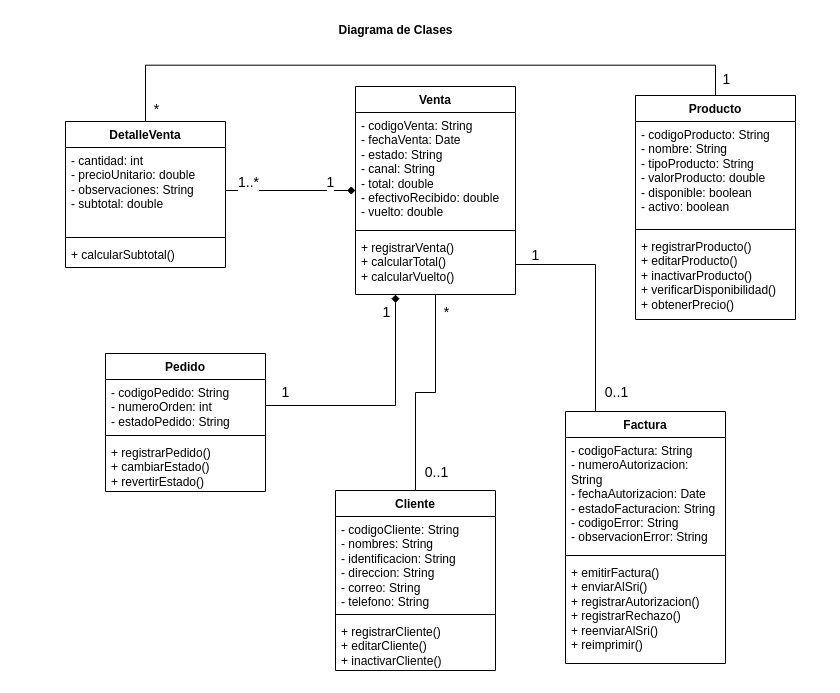
Before: Ae5-Modelos-UML/fuentes/diagrama-clases.drawio in tonysanginez/UCOM304-Sistema-Facturacion-Sushi, a draw.io diagram. Source tidied: cells renumbered, new cells numbered last; positions are measured from the earlier drawing's top-left corner, leaving out a move shared by most shapes. Both pictures are drawn from the tidied source at 100%, with x=0, y=0 at pixel (65, 17).
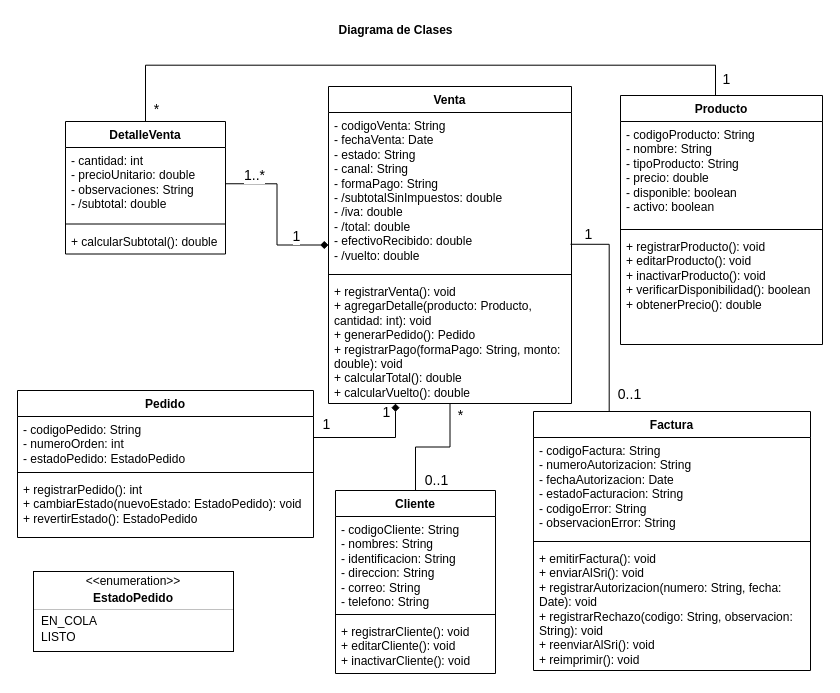
The same page after the edit.

Commit message (it also covers changes not shown here):
Ae5: diagramas de clases y secuencias Correcciones

Change to the diagram source:
```diff
@@
     <mxCell id="5" style="edgeStyle=orthogonalEdgeStyle;rounded=0;jettySize=auto;html=1;startArrow=diamond;startFill=1;endArrow=none;endFill=0;fontSize=19;fontStyle=1;" parent="1" edge="1" source="11" target="27">
       <mxGeometry relative="1" as="geometry">
         <Array as="points">
-          <mxPoint x="330" y="388" />
+          <mxPoint x="330" y="420" />
         </Array>
       </mxGeometry>
     </mxCell>
@@
     <mxCell id="11" value="Venta" style="swimlane;fontStyle=1;align=center;verticalAlign=top;horizontal=1;startSize=26;whiteSpace=wrap;html=1;" parent="1" vertex="1">
-      <mxGeometry x="290" y="69" width="160" height="208" as="geometry" />
+      <mxGeometry x="263" y="69" width="243" height="317" as="geometry" />
     </mxCell>
-    <mxCell id="12" value="- codigoVenta: String&lt;br/&gt;- fechaVenta: Date&lt;br/&gt;- estado: String&lt;br/&gt;- canal: String&lt;br/&gt;- total: double&lt;br/&gt;- efectivoRecibido: double&lt;br/&gt;- vuelto: double" style="text;strokeColor=none;fillColor=none;align=left;verticalAlign=top;spacingLeft=4;spacingRight=4;overflow=hidden;points=[[0,0.5],[1,0.5]];portConstraint=eastwest;whiteSpace=wrap;html=1;" parent="11" vertex="1">
-      <mxGeometry y="26" width="160" height="114" as="geometry" />
+    <mxCell id="12" value="- codigoVenta: String&lt;br&gt;- fechaVenta: Date&lt;br&gt;- estado: String&lt;br&gt;- canal: String&lt;br&gt;- formaPago: String&lt;br&gt;- /subtotalSinImpuestos: double&amp;nbsp;&lt;br&gt;- /iva: double&lt;br&gt;- /total: double&lt;br&gt;- efectivoRecibido: double&lt;br&gt;- /vuelto: double&amp;nbsp;" style="text;strokeColor=none;fillColor=none;align=left;verticalAlign=top;spacingLeft=4;spacingRight=4;overflow=hidden;points=[[0,0.5],[1,0.5]];portConstraint=eastwest;whiteSpace=wrap;html=1;" parent="11" vertex="1">
+      <mxGeometry y="26" width="243" height="158" as="geometry" />
     </mxCell>
     <mxCell id="13" style="line;strokeWidth=1;fillColor=none;align=left;verticalAlign=middle;spacingTop=-1;spacingLeft=3;spacingRight=3;labelPosition=right;strokeColor=inherit;" parent="11" vertex="1">
-      <mxGeometry y="140" width="160" height="8" as="geometry" />
+      <mxGeometry y="184" width="243" height="8" as="geometry" />
     </mxCell>
-    <mxCell id="14" value="+ registrarVenta()&amp;nbsp;&lt;div&gt;+ calcularTotal()&amp;nbsp;&lt;/div&gt;&lt;div&gt;+ calcularVuelto()&lt;/div&gt;" style="text;strokeColor=none;fillColor=none;align=left;verticalAlign=top;spacingLeft=4;spacingRight=4;overflow=hidden;points=[[0,0.5],[1,0.5]];portConstraint=eastwest;whiteSpace=wrap;html=1;" parent="11" vertex="1">
-      <mxGeometry y="148" width="160" height="60" as="geometry" />
+    <mxCell id="14" value="+ registrarVenta(): void&lt;br&gt;+ agregarDetalle(producto: Producto, cantidad: int): void&amp;nbsp;&lt;br&gt;+ generarPedido(): Pedido&amp;nbsp;&lt;br&gt;+ registrarPago(formaPago: String, monto: double): void&amp;nbsp;&lt;br&gt;+ calcularTotal(): double&lt;br&gt;+ calcularVuelto(): double" style="text;strokeColor=none;fillColor=none;align=left;verticalAlign=top;spacingLeft=4;spacingRight=4;overflow=hidden;points=[[0,0.5],[1,0.5]];portConstraint=eastwest;whiteSpace=wrap;html=1;" parent="11" vertex="1">
+      <mxGeometry y="192" width="243" height="125" as="geometry" />
     </mxCell>
@@
     <mxCell id="18" value="DetalleVenta" style="swimlane;fontStyle=1;align=center;verticalAlign=top;horizontal=1;startSize=26;whiteSpace=wrap;html=1;" parent="1" vertex="1">
-      <mxGeometry y="104" width="160" height="146" as="geometry" />
+      <mxGeometry y="104" width="160" height="132.5" as="geometry" />
     </mxCell>
-    <mxCell id="19" value="- cantidad: int&lt;br/&gt;- precioUnitario: double&lt;br/&gt;- observaciones: String&lt;br/&gt;- subtotal: double" style="text;strokeColor=none;fillColor=none;align=left;verticalAlign=top;spacingLeft=4;spacingRight=4;overflow=hidden;points=[[0,0.5],[1,0.5]];portConstraint=eastwest;whiteSpace=wrap;html=1;" parent="18" vertex="1">
-      <mxGeometry y="26" width="160" height="86" as="geometry" />
+    <mxCell id="19" value="- cantidad: int&lt;br&gt;- precioUnitario: double&lt;br&gt;- observaciones: String&lt;br&gt;- /subtotal: double" style="text;strokeColor=none;fillColor=none;align=left;verticalAlign=top;spacingLeft=4;spacingRight=4;overflow=hidden;points=[[0,0.5],[1,0.5]];portConstraint=eastwest;whiteSpace=wrap;html=1;" parent="18" vertex="1">
+      <mxGeometry y="26" width="160" height="72.5" as="geometry" />
     </mxCell>
     <mxCell id="20" style="line;strokeWidth=1;fillColor=none;align=left;verticalAlign=middle;spacingTop=-1;spacingLeft=3;spacingRight=3;labelPosition=right;strokeColor=inherit;" parent="18" vertex="1">
-      <mxGeometry y="112" width="160" height="8" as="geometry" />
+      <mxGeometry y="98.5" width="160" height="8" as="geometry" />
     </mxCell>
-    <mxCell id="21" value="+ calcularSubtotal()" style="text;strokeColor=none;fillColor=none;align=left;verticalAlign=top;spacingLeft=4;spacingRight=4;overflow=hidden;whiteSpace=wrap;html=1;" parent="18" vertex="1">
-      <mxGeometry y="120" width="160" height="26" as="geometry" />
+    <mxCell id="21" value="+ calcularSubtotal(): double" style="text;strokeColor=none;fillColor=none;align=left;verticalAlign=top;spacingLeft=4;spacingRight=4;overflow=hidden;whiteSpace=wrap;html=1;" parent="18" vertex="1">
+      <mxGeometry y="106.5" width="160" height="26" as="geometry" />
     </mxCell>
     <mxCell id="22" value="Producto" style="swimlane;fontStyle=1;align=center;verticalAlign=top;horizontal=1;startSize=26;whiteSpace=wrap;html=1;" parent="1" vertex="1">
-      <mxGeometry x="570" y="78" width="160" height="224" as="geometry" />
+      <mxGeometry x="555" y="78" width="202" height="249" as="geometry" />
     </mxCell>
-    <mxCell id="23" value="- codigoProducto: String&lt;br/&gt;- nombre: String&lt;br/&gt;- tipoProducto: String&lt;br/&gt;- valorProducto: double&lt;br/&gt;- disponible: boolean&lt;br/&gt;- activo: boolean" style="text;strokeColor=none;fillColor=none;align=left;verticalAlign=top;spacingLeft=4;spacingRight=4;overflow=hidden;whiteSpace=wrap;html=1;" parent="22" vertex="1">
-      <mxGeometry y="26" width="160" height="104" as="geometry" />
+    <mxCell id="23" value="- codigoProducto: String&lt;br&gt;- nombre: String&lt;br&gt;- tipoProducto: String&lt;br&gt;- precio: double&lt;br&gt;- disponible: boolean&lt;br&gt;- activo: boolean" style="text;strokeColor=none;fillColor=none;align=left;verticalAlign=top;spacingLeft=4;spacingRight=4;overflow=hidden;whiteSpace=wrap;html=1;" parent="22" vertex="1">
+      <mxGeometry y="26" width="202" height="104" as="geometry" />
     </mxCell>
     <mxCell id="24" style="line;strokeWidth=1;fillColor=none;align=left;verticalAlign=middle;spacingTop=-1;spacingLeft=3;spacingRight=3;labelPosition=right;strokeColor=inherit;" parent="22" vertex="1">
-      <mxGeometry y="130" width="160" height="8" as="geometry" />
+      <mxGeometry y="130" width="202" height="8" as="geometry" />
     </mxCell>
-    <mxCell id="25" value="+ registrarProducto()&amp;nbsp;&lt;div&gt;+ editarProducto()&amp;nbsp;&lt;/div&gt;&lt;div&gt;+ inactivarProducto()&lt;/div&gt;&lt;div&gt;+ verificarDisponibilidad()&lt;/div&gt;&lt;div&gt;+&amp;nbsp;obtenerPrecio()&lt;/div&gt;" style="text;strokeColor=none;fillColor=none;align=left;verticalAlign=top;spacingLeft=4;spacingRight=4;overflow=hidden;whiteSpace=wrap;html=1;" parent="22" vertex="1">
-      <mxGeometry y="138" width="160" height="86" as="geometry" />
+    <mxCell id="25" value="+ registrarProducto(): void&lt;br/&gt;+ editarProducto(): void&lt;br/&gt;+ inactivarProducto(): void&lt;br/&gt;+ verificarDisponibilidad(): boolean&lt;br/&gt;+ obtenerPrecio(): double" style="text;strokeColor=none;fillColor=none;align=left;verticalAlign=top;spacingLeft=4;spacingRight=4;overflow=hidden;whiteSpace=wrap;html=1;" parent="22" vertex="1">
+      <mxGeometry y="138" width="202" height="111" as="geometry" />
     </mxCell>
     <mxCell id="26" value="Pedido" style="swimlane;fontStyle=1;align=center;verticalAlign=top;horizontal=1;startSize=26;whiteSpace=wrap;html=1;" parent="1" vertex="1">
-      <mxGeometry x="40" y="336" width="160" height="138" as="geometry" />
+      <mxGeometry x="-48" y="373" width="296" height="147" as="geometry" />
     </mxCell>
-    <mxCell id="27" value="- codigoPedido: String&lt;br/&gt;- numeroOrden: int&lt;br/&gt;- estadoPedido: String&lt;div&gt;&lt;br&gt;&lt;/div&gt;" style="text;strokeColor=none;fillColor=none;align=left;verticalAlign=top;spacingLeft=4;spacingRight=4;overflow=hidden;points=[[0,0.5],[1,0.5]];portConstraint=eastwest;whiteSpace=wrap;html=1;" parent="26" vertex="1">
-      <mxGeometry y="26" width="160" height="52" as="geometry" />
+    <mxCell id="27" value="- codigoPedido: String&lt;br&gt;- numeroOrden: int&lt;br&gt;- estadoPedido: EstadoPedido&amp;nbsp;" style="text;strokeColor=none;fillColor=none;align=left;verticalAlign=top;spacingLeft=4;spacingRight=4;overflow=hidden;points=[[0,0.5],[1,0.5]];portConstraint=eastwest;whiteSpace=wrap;html=1;" parent="26" vertex="1">
+      <mxGeometry y="26" width="296" height="52" as="geometry" />
     </mxCell>
     <mxCell id="28" style="line;strokeWidth=1;fillColor=none;align=left;verticalAlign=middle;spacingTop=-1;spacingLeft=3;spacingRight=3;labelPosition=right;strokeColor=inherit;" parent="26" vertex="1">
-      <mxGeometry y="78" width="160" height="8" as="geometry" />
+      <mxGeometry y="78" width="296" height="8" as="geometry" />
     </mxCell>
-    <mxCell id="29" value="+ registrarPedido()&lt;br/&gt;+ cambiarEstado()&lt;br/&gt;+ revertirEstado()" style="text;strokeColor=none;fillColor=none;align=left;verticalAlign=top;spacingLeft=4;spacingRight=4;overflow=hidden;whiteSpace=wrap;html=1;" parent="26" vertex="1">
-      <mxGeometry y="86" width="160" height="52" as="geometry" />
+    <mxCell id="29" value="+ registrarPedido(): int&lt;br/&gt;+ cambiarEstado(nuevoEstado: EstadoPedido): void&lt;br/&gt;+ revertirEstado(): EstadoPedido" style="text;strokeColor=none;fillColor=none;align=left;verticalAlign=top;spacingLeft=4;spacingRight=4;overflow=hidden;whiteSpace=wrap;html=1;" parent="26" vertex="1">
+      <mxGeometry y="86" width="296" height="61" as="geometry" />
     </mxCell>
     <mxCell id="30" value="Cliente" style="swimlane;fontStyle=1;align=center;verticalAlign=top;horizontal=1;startSize=26;whiteSpace=wrap;html=1;" parent="1" vertex="1">
-      <mxGeometry x="270" y="473" width="160" height="180" as="geometry" />
+      <mxGeometry x="270" y="473" width="160" height="183" as="geometry" />
     </mxCell>
@@
-    <mxCell id="33" value="+ registrarCliente()&lt;br/&gt;+ editarCliente()&lt;br/&gt;+ inactivarCliente()" style="text;strokeColor=none;fillColor=none;align=left;verticalAlign=top;spacingLeft=4;spacingRight=4;overflow=hidden;whiteSpace=wrap;html=1;" parent="30" vertex="1">
-      <mxGeometry y="128" width="160" height="52" as="geometry" />
+    <mxCell id="33" value="+ registrarCliente(): void&lt;br&gt;+ editarCliente(): void&lt;br&gt;+ inactivarCliente(): void" style="text;strokeColor=none;fillColor=none;align=left;verticalAlign=top;spacingLeft=4;spacingRight=4;overflow=hidden;whiteSpace=wrap;html=1;" parent="30" vertex="1">
+      <mxGeometry y="128" width="160" height="55" as="geometry" />
     </mxCell>
     <mxCell id="34" value="Factura" style="swimlane;fontStyle=1;align=center;verticalAlign=top;horizontal=1;startSize=26;whiteSpace=wrap;html=1;" parent="1" vertex="1">
-      <mxGeometry x="500" y="394" width="160" height="252" as="geometry" />
+      <mxGeometry x="468" y="394" width="277" height="259" as="geometry" />
     </mxCell>
     <mxCell id="35" value="- codigoFactura: String&lt;br/&gt;- numeroAutorizacion: String&lt;br/&gt;- fechaAutorizacion: Date&lt;br/&gt;- estadoFacturacion: String&lt;br/&gt;- codigoError: String&lt;br/&gt;- observacionError: String" style="text;strokeColor=none;fillColor=none;align=left;verticalAlign=top;spacingLeft=4;spacingRight=4;overflow=hidden;whiteSpace=wrap;html=1;" parent="34" vertex="1">
-      <mxGeometry y="26" width="160" height="114" as="geometry" />
+      <mxGeometry y="26" width="277" height="100" as="geometry" />
     </mxCell>
     <mxCell id="36" style="line;strokeWidth=1;fillColor=none;align=left;verticalAlign=middle;spacingTop=-1;spacingLeft=3;spacingRight=3;labelPosition=right;strokeColor=inherit;" parent="34" vertex="1">
-      <mxGeometry y="140" width="160" height="8" as="geometry" />
+      <mxGeometry y="126" width="277" height="8" as="geometry" />
     </mxCell>
-    <mxCell id="37" value="+ emitirFactura()&lt;br/&gt;+ enviarAlSri()&lt;br/&gt;+ registrarAutorizacion()&lt;br/&gt;+ registrarRechazo()&lt;br/&gt;+ reenviarAlSri()&lt;br/&gt;+ reimprimir()" style="text;strokeColor=none;fillColor=none;align=left;verticalAlign=top;spacingLeft=4;spacingRight=4;overflow=hidden;whiteSpace=wrap;html=1;" parent="34" vertex="1">
-      <mxGeometry y="148" width="160" height="104" as="geometry" />
+    <mxCell id="37" value="+ emitirFactura(): void&lt;br/&gt;+ enviarAlSri(): void&lt;br/&gt;+ registrarAutorizacion(numero: String, fecha: Date): void&lt;br/&gt;+ registrarRechazo(codigo: String, observacion: String): void&lt;br/&gt;+ reenviarAlSri(): void&lt;br/&gt;+ reimprimir(): void" style="text;strokeColor=none;fillColor=none;align=left;verticalAlign=top;spacingLeft=4;spacingRight=4;overflow=hidden;whiteSpace=wrap;html=1;" parent="34" vertex="1">
+      <mxGeometry y="134" width="277" height="125" as="geometry" />
     </mxCell>
-    <mxCell id="38" style="edgeStyle=orthogonalEdgeStyle;rounded=0;jettySize=auto;html=1;endArrow=none;endFill=0;fontSize=19;fontStyle=1;" parent="1" edge="1" source="14" target="34">
+    <mxCell id="38" style="edgeStyle=orthogonalEdgeStyle;rounded=0;jettySize=auto;html=1;endArrow=none;endFill=0;fontSize=19;fontStyle=1;exitX=0.996;exitY=0.834;exitDx=0;exitDy=0;exitPerimeter=0;" parent="1" edge="1" source="12" target="34">
       <mxGeometry relative="1" as="geometry">
         <Array as="points">
-          <mxPoint x="530" y="247" />
+          <mxPoint x="543.7" y="226.8" />
         </Array>
       </mxGeometry>
     </mxCell>
@@
+    <mxCell id="42" style="fontStyle=1;align=center;verticalAlign=middle;horizontal=1;" parent="1" vertex="1">
+      <mxGeometry x="-32" y="554" width="200" height="80" as="geometry" />
+    </mxCell>
+    <mxCell id="43" value="&amp;lt;&amp;lt;enumeration&amp;gt;&amp;gt;" style="html=1;align=center;spacing=0;verticalAlign=middle;strokeColor=none;fillColor=none;whiteSpace=wrap;" parent="42" vertex="1">
+      <mxGeometry width="200" height="20" as="geometry" />
+    </mxCell>
+    <mxCell id="44" value="EstadoPedido" style="html=1;align=center;spacing=0;verticalAlign=middle;strokeColor=none;fillColor=none;whiteSpace=wrap;fontStyle=1;" parent="42" vertex="1">
+      <mxGeometry y="20" width="200" height="14" as="geometry" />
+    </mxCell>
+    <mxCell id="45" style="line;strokeWidth=0.25;fillColor=none;align=left;verticalAlign=middle;spacingTop=-1;spacingLeft=3;spacingRight=3;labelPosition=right;" parent="42" vertex="1">
+      <mxGeometry y="34" width="200" height="8" as="geometry" />
+    </mxCell>
+    <mxCell id="46" value="EN_COLA" style="html=1;align=left;spacing=0;spacingLeft=8;verticalAlign=middle;strokeColor=none;fillColor=none;whiteSpace=wrap;" parent="42" vertex="1">
+      <mxGeometry y="42" width="200" height="16" as="geometry" />
+    </mxCell>
+    <mxCell id="47" value="LISTO" style="html=1;align=left;spacing=0;spacingLeft=8;verticalAlign=middle;strokeColor=none;fillColor=none;whiteSpace=wrap;" parent="42" vertex="1">
+      <mxGeometry y="58" width="200" height="16" as="geometry" />
+    </mxCell>
+    <mxCell id="48" style="html=1;align=left;spacing=0;spacingLeft=8;verticalAlign=middle;strokeColor=none;fillColor=none;whiteSpace=wrap;" parent="42" vertex="1">
+      <mxGeometry y="74" width="200" height="6" as="geometry" />
+    </mxCell>
```
